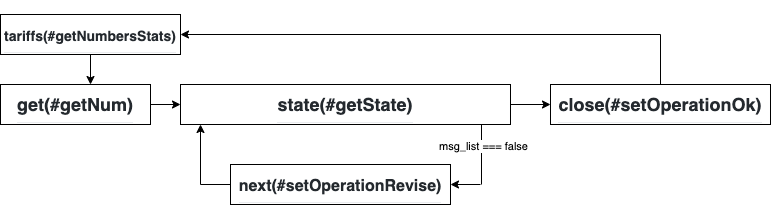
Before: Diagrams/GetNumber.png, a diagram exported from draw.io (s00d/onlinesim-php-api). Source tidied: cells renumbered, new cells last; positions are measured from the earlier drawing's top-left corner, leaving out a move shared by most shapes.
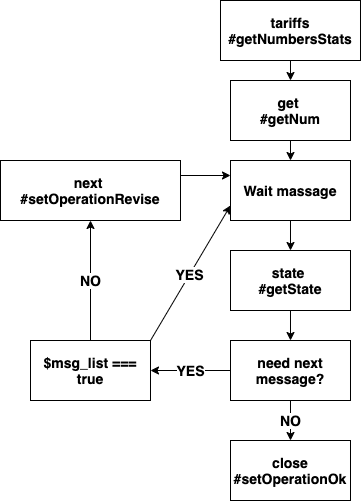
The same file after the commit.

Commit message:
replace diagram

What changed in the source:
```diff
@@ -2,67 +2,61 @@
   <root>
     <mxCell id="0" />
     <mxCell id="1" parent="0" />
-    <mxCell id="2" value="&lt;h2 style=&quot;box-sizing: border-box ; margin-top: 24px ; margin-bottom: 16px ; line-height: 1.25 ; padding-bottom: 0.3em ; border-bottom: 1px solid rgb(234 , 236 , 239) ; color: rgb(36 , 41 , 46) ; font-family: , , &amp;#34;segoe ui&amp;#34; , &amp;#34;helvetica&amp;#34; , &amp;#34;arial&amp;#34; , sans-serif , &amp;#34;apple color emoji&amp;#34; , &amp;#34;segoe ui emoji&amp;#34; ; background-color: rgb(255 , 255 , 255)&quot;&gt;get(#getNum)&lt;/h2&gt;" style="rounded=0;whiteSpace=wrap;html=1;" parent="1" vertex="1">
-      <mxGeometry y="70" width="150" height="40" as="geometry" />
-    </mxCell>
-    <mxCell id="3" style="endArrow=classic;html=1;exitX=1;exitY=0.5;exitDx=0;exitDy=0;entryX=0;entryY=0.5;entryDx=0;entryDy=0;" parent="1" edge="1" source="2" target="4">
-      <mxGeometry relative="1" as="geometry" />
-    </mxCell>
-    <mxCell id="4" value="&lt;h2 style=&quot;box-sizing: border-box ; margin-top: 24px ; margin-bottom: 16px ; line-height: 1.25 ; padding-bottom: 0.3em ; border-bottom: 1px solid rgb(234 , 236 , 239) ; color: rgb(36 , 41 , 46) ; font-family: , , &amp;#34;segoe ui&amp;#34; , &amp;#34;helvetica&amp;#34; , &amp;#34;arial&amp;#34; , sans-serif , &amp;#34;apple color emoji&amp;#34; , &amp;#34;segoe ui emoji&amp;#34; ; background-color: rgb(255 , 255 , 255)&quot;&gt;state(#getState)&lt;/h2&gt;" style="rounded=0;whiteSpace=wrap;html=1;" parent="1" vertex="1">
-      <mxGeometry x="180" y="70" width="330" height="40" as="geometry" />
-    </mxCell>
-    <mxCell id="5" style="endArrow=classic;html=1;" parent="1" edge="1">
-      <mxGeometry relative="1" as="geometry">
-        <mxPoint x="200" y="170" as="sourcePoint" />
-        <mxPoint x="200" y="110" as="targetPoint" />
-      </mxGeometry>
-    </mxCell>
-    <mxCell id="6" style="endArrow=none;html=1;entryX=0;entryY=0.5;entryDx=0;entryDy=0;" parent="1" edge="1" target="7">
-      <mxGeometry relative="1" as="geometry">
-        <mxPoint x="200" y="170" as="sourcePoint" />
-      </mxGeometry>
-    </mxCell>
-    <mxCell id="7" value="&lt;h2 style=&quot;box-sizing: border-box ; margin-top: 24px ; margin-bottom: 16px ; line-height: 1.25 ; padding-bottom: 0.3em ; border-bottom: 1px solid rgb(234 , 236 , 239) ; color: rgb(36 , 41 , 46) ; font-family: , , &amp;#34;segoe ui&amp;#34; , &amp;#34;helvetica&amp;#34; , &amp;#34;arial&amp;#34; , sans-serif , &amp;#34;apple color emoji&amp;#34; , &amp;#34;segoe ui emoji&amp;#34; ; background-color: rgb(255 , 255 , 255)&quot;&gt;&lt;font style=&quot;font-size: 16px&quot;&gt;next(#setOperationRevise)&lt;/font&gt;&lt;/h2&gt;" style="rounded=0;whiteSpace=wrap;html=1;" parent="1" vertex="1">
-      <mxGeometry x="230" y="150" width="220" height="40" as="geometry" />
-    </mxCell>
-    <mxCell id="8" style="endArrow=none;html=1;" parent="1" edge="1">
-      <mxGeometry relative="1" as="geometry">
-        <mxPoint x="481" y="170" as="sourcePoint" />
-        <mxPoint x="481" y="110" as="targetPoint" />
-      </mxGeometry>
-    </mxCell>
-    <mxCell id="9" value="msg_list === false" style="edgeLabel;html=1;align=center;verticalAlign=middle;" parent="8" vertex="1">
-      <mxGeometry x="0.3" y="-1" relative="1" as="geometry" />
-    </mxCell>
-    <mxCell id="10" style="endArrow=classic;html=1;entryX=1;entryY=0.5;entryDx=0;entryDy=0;" parent="1" edge="1" target="7">
-      <mxGeometry relative="1" as="geometry">
-        <mxPoint x="480" y="170" as="sourcePoint" />
-      </mxGeometry>
-    </mxCell>
-    <mxCell id="11" value="&lt;h2 style=&quot;box-sizing: border-box ; margin-top: 24px ; margin-bottom: 16px ; line-height: 1.25 ; padding-bottom: 0.3em ; border-bottom: 1px solid rgb(234 , 236 , 239) ; color: rgb(36 , 41 , 46) ; font-family: , , &amp;#34;segoe ui&amp;#34; , &amp;#34;helvetica&amp;#34; , &amp;#34;arial&amp;#34; , sans-serif , &amp;#34;apple color emoji&amp;#34; , &amp;#34;segoe ui emoji&amp;#34; ; background-color: rgb(255 , 255 , 255)&quot;&gt;close(#setOperationOk)&lt;/h2&gt;" style="rounded=0;whiteSpace=wrap;html=1;" parent="1" vertex="1">
-      <mxGeometry x="550" y="70" width="220" height="40" as="geometry" />
-    </mxCell>
-    <mxCell id="12" style="endArrow=classic;html=1;exitX=1;exitY=0.5;exitDx=0;exitDy=0;entryX=0;entryY=0.5;entryDx=0;entryDy=0;" parent="1" edge="1" source="4" target="11">
-      <mxGeometry relative="1" as="geometry" />
-    </mxCell>
-    <mxCell id="13" value="&lt;h2 style=&quot;box-sizing: border-box ; margin-top: 24px ; margin-bottom: 16px ; line-height: 1.25 ; padding-bottom: 0.3em ; border-bottom: 1px solid rgb(234 , 236 , 239) ; color: rgb(36 , 41 , 46) ; font-family: , , &amp;#34;segoe ui&amp;#34; , &amp;#34;helvetica&amp;#34; , &amp;#34;arial&amp;#34; , sans-serif , &amp;#34;apple color emoji&amp;#34; , &amp;#34;segoe ui emoji&amp;#34; ; background-color: rgb(255 , 255 , 255)&quot;&gt;&lt;font style=&quot;font-size: 14px&quot;&gt;tariffs(#getNumbersStats)&lt;/font&gt;&lt;/h2&gt;" style="rounded=0;whiteSpace=wrap;html=1;" parent="1" vertex="1">
-      <mxGeometry width="180" height="40" as="geometry" />
-    </mxCell>
-    <mxCell id="14" style="endArrow=classic;html=1;exitX=0.5;exitY=1;exitDx=0;exitDy=0;" parent="1" edge="1" source="13">
-      <mxGeometry relative="1" as="geometry">
-        <mxPoint x="90" y="70" as="targetPoint" />
-      </mxGeometry>
-    </mxCell>
-    <mxCell id="15" style="endArrow=none;html=1;" parent="1" edge="1">
-      <mxGeometry relative="1" as="geometry">
-        <mxPoint x="660" y="70" as="sourcePoint" />
-        <mxPoint x="660" y="20" as="targetPoint" />
-      </mxGeometry>
-    </mxCell>
-    <mxCell id="16" style="endArrow=classic;html=1;entryX=1;entryY=0.5;entryDx=0;entryDy=0;" parent="1" edge="1" target="13">
-      <mxGeometry relative="1" as="geometry">
-        <mxPoint x="660" y="20" as="sourcePoint" />
-      </mxGeometry>
-    </mxCell>
+    <mxCell id="17" value="tariffs #getNumbersStats" style="rounded=0;whiteSpace=wrap;html=1;fontSize=14;fontStyle=1;" parent="1" vertex="1">
+      <mxGeometry x="300" y="-160" width="140" height="60" as="geometry" />
+    </mxCell>
+    <mxCell id="18" value="get &lt;br style=&quot;font-size: 14px;&quot;&gt;#getNum" style="rounded=0;whiteSpace=wrap;html=1;fontSize=14;fontStyle=1;" parent="1" vertex="1">
+      <mxGeometry x="310" y="-80" width="120" height="60" as="geometry" />
+    </mxCell>
+    <mxCell id="19" value="state &lt;br style=&quot;font-size: 14px;&quot;&gt;#getState" style="rounded=0;whiteSpace=wrap;html=1;fontSize=14;fontStyle=1;" parent="1" vertex="1">
+      <mxGeometry x="310" y="90" width="120" height="60" as="geometry" />
+    </mxCell>
+    <mxCell id="20" value="Wait massage" style="rounded=0;whiteSpace=wrap;html=1;fontSize=14;fontStyle=1;" parent="1" vertex="1">
+      <mxGeometry x="310" width="120" height="60" as="geometry" />
+    </mxCell>
+    <mxCell id="21" value="NO" style="edgeStyle=orthogonalEdgeStyle;rounded=0;jettySize=auto;html=1;fontSize=14;fontStyle=1;" parent="1" edge="1" source="22" target="34">
+      <mxGeometry relative="1" as="geometry" />
+    </mxCell>
+    <mxCell id="22" value="&lt;span style=&quot;font-size: 14px;&quot;&gt;need next message?&lt;/span&gt;" style="rounded=0;whiteSpace=wrap;html=1;fontSize=14;fontStyle=1;" parent="1" vertex="1">
+      <mxGeometry x="310" y="180" width="120" height="60" as="geometry" />
+    </mxCell>
+    <mxCell id="23" value="YES" style="endArrow=classic;html=1;exitX=0;exitY=0.5;exitDx=0;exitDy=0;fontSize=14;fontStyle=1;" parent="1" edge="1" source="22">
+      <mxGeometry relative="1" as="geometry">
+        <mxPoint x="230" y="210" as="targetPoint" />
+      </mxGeometry>
+    </mxCell>
+    <mxCell id="24" value="$msg_list === true" style="rounded=0;whiteSpace=wrap;html=1;fontSize=14;fontStyle=1;" parent="1" vertex="1">
+      <mxGeometry x="110" y="180" width="120" height="60" as="geometry" />
+    </mxCell>
+    <mxCell id="25" style="endArrow=classic;html=1;exitX=1;exitY=0;exitDx=0;exitDy=0;entryX=0;entryY=0.75;entryDx=0;entryDy=0;fontSize=14;fontStyle=1;" parent="1" edge="1" source="24" target="20">
+      <mxGeometry relative="1" as="geometry" />
+    </mxCell>
+    <mxCell id="26" value="YES" style="edgeLabel;html=1;align=center;verticalAlign=middle;fontSize=14;fontStyle=1;" parent="25" vertex="1">
+      <mxGeometry x="-0.02" y="1" relative="1" as="geometry" />
+    </mxCell>
+    <mxCell id="27" value="next &lt;br&gt;#setOperationRevise" style="rounded=0;whiteSpace=wrap;html=1;fontSize=14;fontStyle=1;" parent="1" vertex="1">
+      <mxGeometry x="80" width="180" height="60" as="geometry" />
+    </mxCell>
+    <mxCell id="28" value="NO" style="endArrow=classic;html=1;exitX=0.5;exitY=0;exitDx=0;exitDy=0;entryX=0.5;entryY=1;entryDx=0;entryDy=0;fontSize=14;fontStyle=1;" parent="1" edge="1" source="24" target="27">
+      <mxGeometry relative="1" as="geometry" />
+    </mxCell>
+    <mxCell id="29" style="endArrow=classic;html=1;exitX=1;exitY=0.25;exitDx=0;exitDy=0;entryX=0;entryY=0.25;entryDx=0;entryDy=0;fontSize=14;fontStyle=1;" parent="1" edge="1" source="27" target="20">
+      <mxGeometry relative="1" as="geometry" />
+    </mxCell>
+    <mxCell id="30" style="endArrow=classic;html=1;exitX=0.5;exitY=1;exitDx=0;exitDy=0;entryX=0.5;entryY=0;entryDx=0;entryDy=0;fontSize=14;fontStyle=1;" parent="1" edge="1" source="17" target="18">
+      <mxGeometry relative="1" as="geometry" />
+    </mxCell>
+    <mxCell id="31" style="endArrow=classic;html=1;exitX=0.5;exitY=1;exitDx=0;exitDy=0;entryX=0.5;entryY=0;entryDx=0;entryDy=0;fontSize=14;fontStyle=1;" parent="1" edge="1" source="18" target="20">
+      <mxGeometry relative="1" as="geometry" />
+    </mxCell>
+    <mxCell id="32" style="endArrow=classic;html=1;exitX=0.5;exitY=1;exitDx=0;exitDy=0;entryX=0.5;entryY=0;entryDx=0;entryDy=0;fontSize=14;fontStyle=1;" parent="1" edge="1" source="20" target="19">
+      <mxGeometry relative="1" as="geometry" />
+    </mxCell>
+    <mxCell id="33" style="endArrow=classic;html=1;exitX=0.5;exitY=1;exitDx=0;exitDy=0;entryX=0.5;entryY=0;entryDx=0;entryDy=0;fontSize=14;fontStyle=1;" parent="1" edge="1" source="19" target="22">
+      <mxGeometry relative="1" as="geometry" />
+    </mxCell>
+    <mxCell id="34" value="close #setOperationOk" style="rounded=0;whiteSpace=wrap;html=1;fontSize=14;fontStyle=1;" parent="1" vertex="1">
+      <mxGeometry x="310" y="280" width="120" height="60" as="geometry" />
+    </mxCell>
   </root>
 </mxGraphModel>
```
